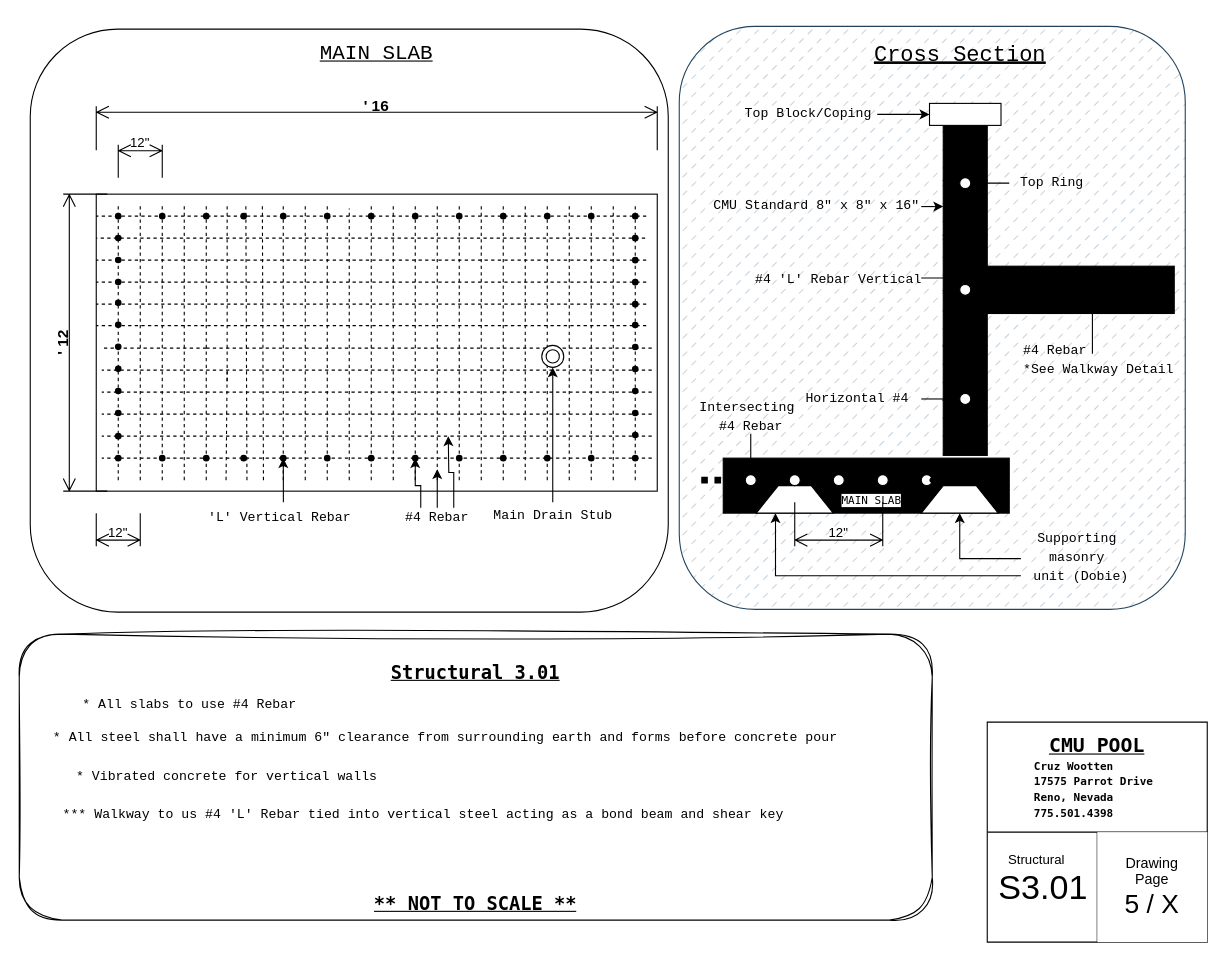
Before: S301.drawio in LilWikipedia/parrotpool, a draw.io diagram. Source tidied: cells renumbered, new cells numbered last; positions are measured from the earlier drawing's top-left corner, leaving out a move shared by most shapes. Both pictures are drawn from the tidied source at 110%, with x=0, y=0 at pixel (19, 26).
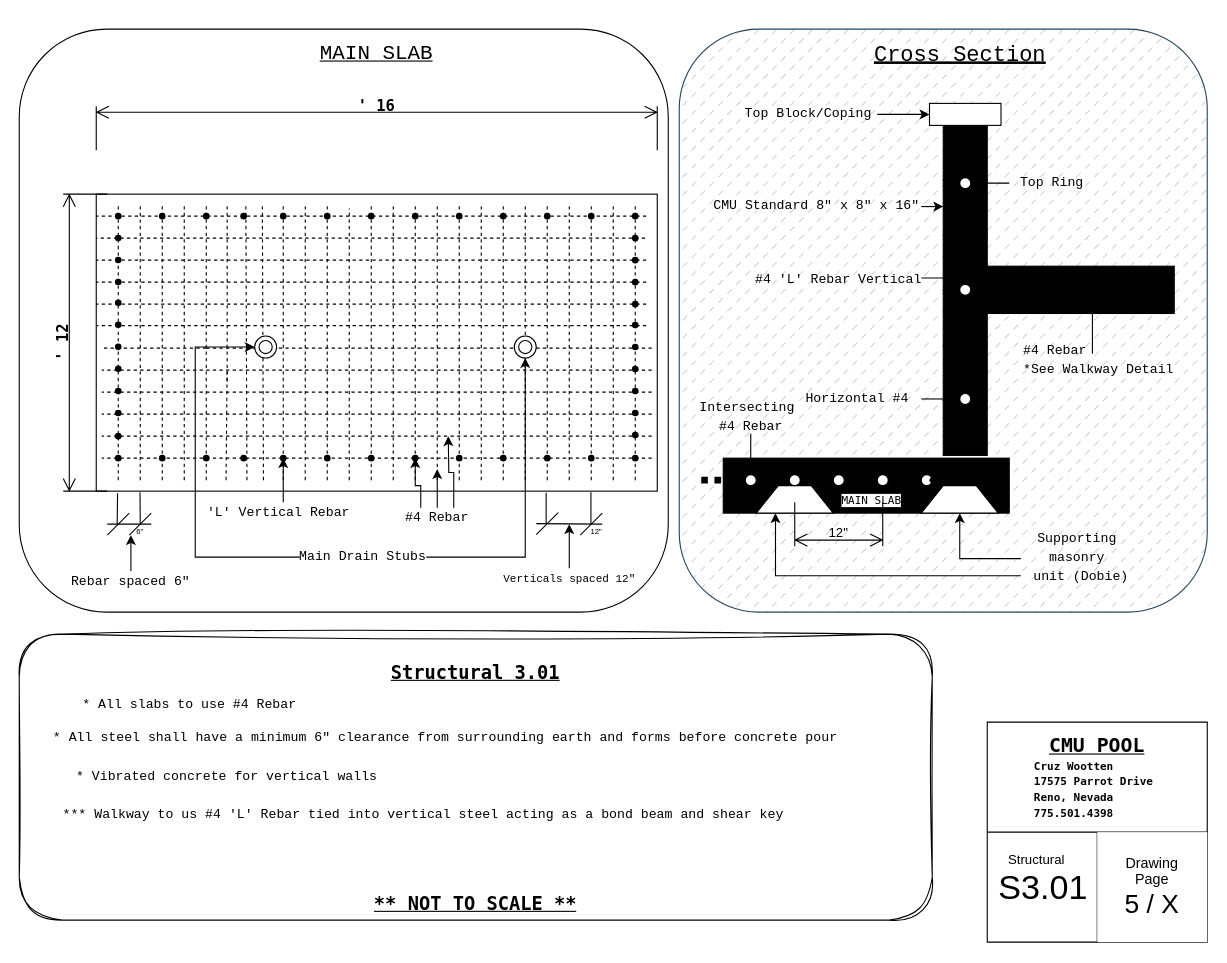
The same diagram, later.

Unchanged cells that the change refers to:
```xml
<mxCell id="5" style="rounded=0;whiteSpace=wrap;html=1;" parent="1" vertex="1">
  <mxGeometry x="70" y="152" width="510" height="270" as="geometry" />
</mxCell>
```

Change to the diagram source:
```diff
@@
     <mxCell id="2" style="rounded=1;whiteSpace=wrap;html=1;fillStyle=dashed;fillColor=#bac8d3;strokeColor=#23445d;" parent="1" vertex="1">
-      <mxGeometry x="600" y="-0.5" width="460" height="530" as="geometry" />
+      <mxGeometry x="600" y="2" width="480" height="530" as="geometry" />
     </mxCell>
     <mxCell id="3" style="rounded=1;whiteSpace=wrap;html=1;" parent="1" vertex="1">
-      <mxGeometry x="10" y="2" width="580" height="530" as="geometry" />
+      <mxGeometry y="2" width="590" height="530" as="geometry" />
     </mxCell>
@@
-    <mxCell id="99" value="&lt;b&gt;&lt;font style=&quot;font-size: 14px;&quot;&gt;' 12&lt;/font&gt;&lt;/b&gt;" style="shape=dimension;direction=south;whiteSpace=wrap;html=1;align=center;verticalAlign=top;labelBackgroundColor=none;horizontal=0;spacingTop=-15;" parent="1" vertex="1">
+    <mxCell id="99" value="&lt;b&gt;&lt;font face=&quot;Lucida Console&quot; style=&quot;font-size: 14px;&quot;&gt;' 12&lt;/font&gt;&lt;/b&gt;" style="shape=dimension;direction=south;whiteSpace=wrap;html=1;align=center;verticalAlign=top;labelBackgroundColor=none;horizontal=0;spacingTop=-15;" parent="1" vertex="1">
       <mxGeometry x="40" y="152" width="40" height="270" as="geometry" />
     </mxCell>
-    <mxCell id="100" value="&lt;b&gt;&lt;font style=&quot;font-size: 14px;&quot;&gt;' 16&lt;/font&gt;&lt;/b&gt;" style="shape=dimension;direction=west;whiteSpace=wrap;html=1;align=center;verticalAlign=top;spacingTop=-15;labelBackgroundColor=none;" parent="1" vertex="1">
+    <mxCell id="100" value="&lt;b&gt;&lt;font face=&quot;Lucida Console&quot; style=&quot;font-size: 14px;&quot;&gt;' 16&lt;/font&gt;&lt;/b&gt;" style="shape=dimension;direction=west;whiteSpace=wrap;html=1;align=center;verticalAlign=top;spacingTop=-15;labelBackgroundColor=none;" parent="1" vertex="1">
       <mxGeometry x="70" y="72" width="510" height="40" as="geometry" />
     </mxCell>
-    <mxCell id="101" value="12&quot;" style="shape=dimension;whiteSpace=wrap;html=1;align=center;verticalAlign=bottom;spacingBottom=3;labelBackgroundColor=none;" parent="1" vertex="1">
-      <mxGeometry x="70" y="442" width="40" height="30" as="geometry" />
-    </mxCell>
@@
     <mxCell id="109" style="ellipse;shape=doubleEllipse;whiteSpace=wrap;html=1;" parent="1" vertex="1">
-      <mxGeometry x="475" y="289.5" width="20" height="20" as="geometry" />
+      <mxGeometry x="450" y="281" width="20" height="20" as="geometry" />
     </mxCell>
@@
     <mxCell id="156" value="&lt;div style=&quot;line-height: 40%;&quot;&gt;&lt;pre&gt;'L' Vertical Rebar &lt;/pre&gt;&lt;/div&gt;" style="text;html=1;align=center;verticalAlign=middle;whiteSpace=wrap;rounded=0;strokeColor=none;" parent="1" vertex="1">
-      <mxGeometry x="168.8" y="432" width="142.5" height="30" as="geometry" />
+      <mxGeometry x="184.4" y="432" width="111.2" height="20" as="geometry" />
     </mxCell>
@@
-    <mxCell id="158" style="edgeStyle=orthogonalEdgeStyle;rounded=0;jettySize=auto;html=1;" parent="1" edge="1" source="159" target="109">
-      <mxGeometry relative="1" as="geometry">
-        <Array as="points">
-          <mxPoint x="485" y="442" />
-          <mxPoint x="485" y="442" />
-        </Array>
-      </mxGeometry>
+    <mxCell id="158" style="edgeStyle=orthogonalEdgeStyle;rounded=0;jettySize=auto;html=1;entryX=0.5;entryY=1;entryDx=0;entryDy=0;" parent="1" edge="1" source="159" target="109">
+      <mxGeometry relative="1" as="geometry" />
     </mxCell>
+    <mxCell id="164" style="edgeStyle=orthogonalEdgeStyle;rounded=0;jettySize=auto;html=1;entryX=0;entryY=0.5;entryDx=0;entryDy=0;" parent="1" edge="1" source="159" target="165">
+      <mxGeometry relative="1" as="geometry">
+        <Array as="points">
+          <mxPoint x="160" y="482" />
+          <mxPoint x="160" y="291" />
+        </Array>
+      </mxGeometry>
+    </mxCell>
-    <mxCell id="159" value="&lt;div style=&quot;line-height: 40%;&quot;&gt;&lt;pre&gt;Main Drain Stub&lt;/pre&gt;&lt;/div&gt;" style="text;html=1;align=center;verticalAlign=middle;whiteSpace=wrap;rounded=0;strokeColor=none;" parent="1" vertex="1">
-      <mxGeometry x="407.5" y="432" width="155" height="25" as="geometry" />
+    <mxCell id="159" value="&lt;div style=&quot;line-height: 40%;&quot;&gt;&lt;pre&gt;Main Drain Stubs&lt;/pre&gt;&lt;/div&gt;" style="text;html=1;align=center;verticalAlign=middle;whiteSpace=wrap;rounded=0;strokeColor=none;" parent="1" vertex="1">
+      <mxGeometry x="255" y="469.5" width="115" height="25" as="geometry" />
     </mxCell>
@@
-    <mxCell id="162" value="12&quot;" style="shape=dimension;direction=west;whiteSpace=wrap;html=1;align=center;verticalAlign=top;spacingTop=-15;labelBackgroundColor=none;" parent="1" vertex="1">
-      <mxGeometry x="90" y="107" width="40" height="30" as="geometry" />
-    </mxCell>
@@
+    <mxCell id="165" style="ellipse;shape=doubleEllipse;whiteSpace=wrap;html=1;" parent="1" vertex="1">
+      <mxGeometry x="214" y="281" width="20" height="20" as="geometry" />
+    </mxCell>
+    <mxCell id="166" style="edgeStyle=orthogonalEdgeStyle;rounded=0;jettySize=auto;html=1;" parent="1" edge="1" source="167">
+      <mxGeometry relative="1" as="geometry">
+        <mxPoint x="101.5" y="462" as="targetPoint" />
+      </mxGeometry>
+    </mxCell>
+    <mxCell id="167" value="&lt;div style=&quot;line-height: 40%;&quot;&gt;&lt;pre&gt;Rebar spaced 6&quot;&lt;/pre&gt;&lt;/div&gt;" style="text;html=1;align=center;verticalAlign=middle;whiteSpace=wrap;rounded=0;strokeColor=none;" parent="1" vertex="1">
+      <mxGeometry x="9" y="494.5" width="185" height="20" as="geometry" />
+    </mxCell>
+    <mxCell id="168" style="endArrow=none;html=1;rounded=0;entryX=0.038;entryY=1.007;entryDx=0;entryDy=0;entryPerimeter=0;" parent="1" edge="1" target="5">
+      <mxGeometry relative="1" as="geometry">
+        <mxPoint x="89" y="452" as="sourcePoint" />
+      </mxGeometry>
+    </mxCell>
+    <mxCell id="169" style="endArrow=none;html=1;rounded=0;entryX=0.078;entryY=1.004;entryDx=0;entryDy=0;entryPerimeter=0;" parent="1" edge="1" target="5">
+      <mxGeometry relative="1" as="geometry">
+        <mxPoint x="110" y="452" as="sourcePoint" />
+      </mxGeometry>
+    </mxCell>
+    <mxCell id="170" style="endArrow=none;html=1;rounded=0;" parent="1" edge="1">
+      <mxGeometry relative="1" as="geometry">
+        <mxPoint x="100" y="462" as="sourcePoint" />
+        <mxPoint x="120" y="442" as="targetPoint" />
+      </mxGeometry>
+    </mxCell>
+    <mxCell id="171" style="endArrow=none;html=1;rounded=0;" parent="1" edge="1">
+      <mxGeometry relative="1" as="geometry">
+        <mxPoint x="80" y="462" as="sourcePoint" />
+        <mxPoint x="100" y="442" as="targetPoint" />
+      </mxGeometry>
+    </mxCell>
+    <mxCell id="172" style="endArrow=none;html=1;rounded=0;" parent="1" edge="1">
+      <mxGeometry relative="1" as="geometry">
+        <mxPoint x="80" y="452" as="sourcePoint" />
+        <mxPoint x="120" y="452" as="targetPoint" />
+      </mxGeometry>
+    </mxCell>
+    <mxCell id="173" value="&lt;font style=&quot;font-size: 7px;&quot;&gt;6&quot;&lt;/font&gt;" style="text;html=1;align=center;verticalAlign=middle;whiteSpace=wrap;rounded=0;" parent="1" vertex="1">
+      <mxGeometry x="80" y="442" width="60" height="30" as="geometry" />
+    </mxCell>
+    <mxCell id="174" style="edgeStyle=orthogonalEdgeStyle;rounded=0;jettySize=auto;html=1;" parent="1" edge="1" source="175">
+      <mxGeometry relative="1" as="geometry">
+        <mxPoint x="500" y="452" as="targetPoint" />
+      </mxGeometry>
+    </mxCell>
+    <mxCell id="175" value="&lt;div style=&quot;line-height: 40%;&quot;&gt;&lt;pre&gt;&lt;font style=&quot;font-size: 10px;&quot;&gt;Verticals spaced 12&quot;&lt;/font&gt;&lt;/pre&gt;&lt;/div&gt;" style="text;html=1;align=center;verticalAlign=middle;whiteSpace=wrap;rounded=0;strokeColor=none;" parent="1" vertex="1">
+      <mxGeometry x="407.5" y="492" width="185" height="20" as="geometry" />
+    </mxCell>
+    <mxCell id="176" style="endArrow=none;html=1;rounded=0;entryX=0.038;entryY=1.007;entryDx=0;entryDy=0;entryPerimeter=0;" parent="1" edge="1">
+      <mxGeometry relative="1" as="geometry">
+        <mxPoint x="479" y="451.5" as="sourcePoint" />
+        <mxPoint x="479" y="423.5" as="targetPoint" />
+      </mxGeometry>
+    </mxCell>
+    <mxCell id="177" style="endArrow=none;html=1;rounded=0;entryX=0.078;entryY=1.004;entryDx=0;entryDy=0;entryPerimeter=0;" parent="1" edge="1">
+      <mxGeometry relative="1" as="geometry">
+        <mxPoint x="519.7" y="452" as="sourcePoint" />
+        <mxPoint x="519.7" y="423" as="targetPoint" />
+      </mxGeometry>
+    </mxCell>
+    <mxCell id="178" style="endArrow=none;html=1;rounded=0;" parent="1" edge="1">
+      <mxGeometry relative="1" as="geometry">
+        <mxPoint x="510" y="462" as="sourcePoint" />
+        <mxPoint x="530" y="442" as="targetPoint" />
+      </mxGeometry>
+    </mxCell>
+    <mxCell id="179" style="endArrow=none;html=1;rounded=0;" parent="1" edge="1">
+      <mxGeometry relative="1" as="geometry">
+        <mxPoint x="470" y="461.5" as="sourcePoint" />
+        <mxPoint x="490" y="441.5" as="targetPoint" />
+      </mxGeometry>
+    </mxCell>
+    <mxCell id="180" style="endArrow=none;html=1;rounded=0;" parent="1" edge="1">
+      <mxGeometry relative="1" as="geometry">
+        <mxPoint x="470" y="451.5" as="sourcePoint" />
+        <mxPoint x="530" y="452" as="targetPoint" />
+      </mxGeometry>
+    </mxCell>
+    <mxCell id="181" value="&lt;font style=&quot;font-size: 7px;&quot;&gt;12&quot;&lt;/font&gt;" style="text;html=1;align=center;verticalAlign=middle;whiteSpace=wrap;rounded=0;" parent="1" vertex="1">
+      <mxGeometry x="520" y="452" width="10" height="9.5" as="geometry" />
+    </mxCell>
```
